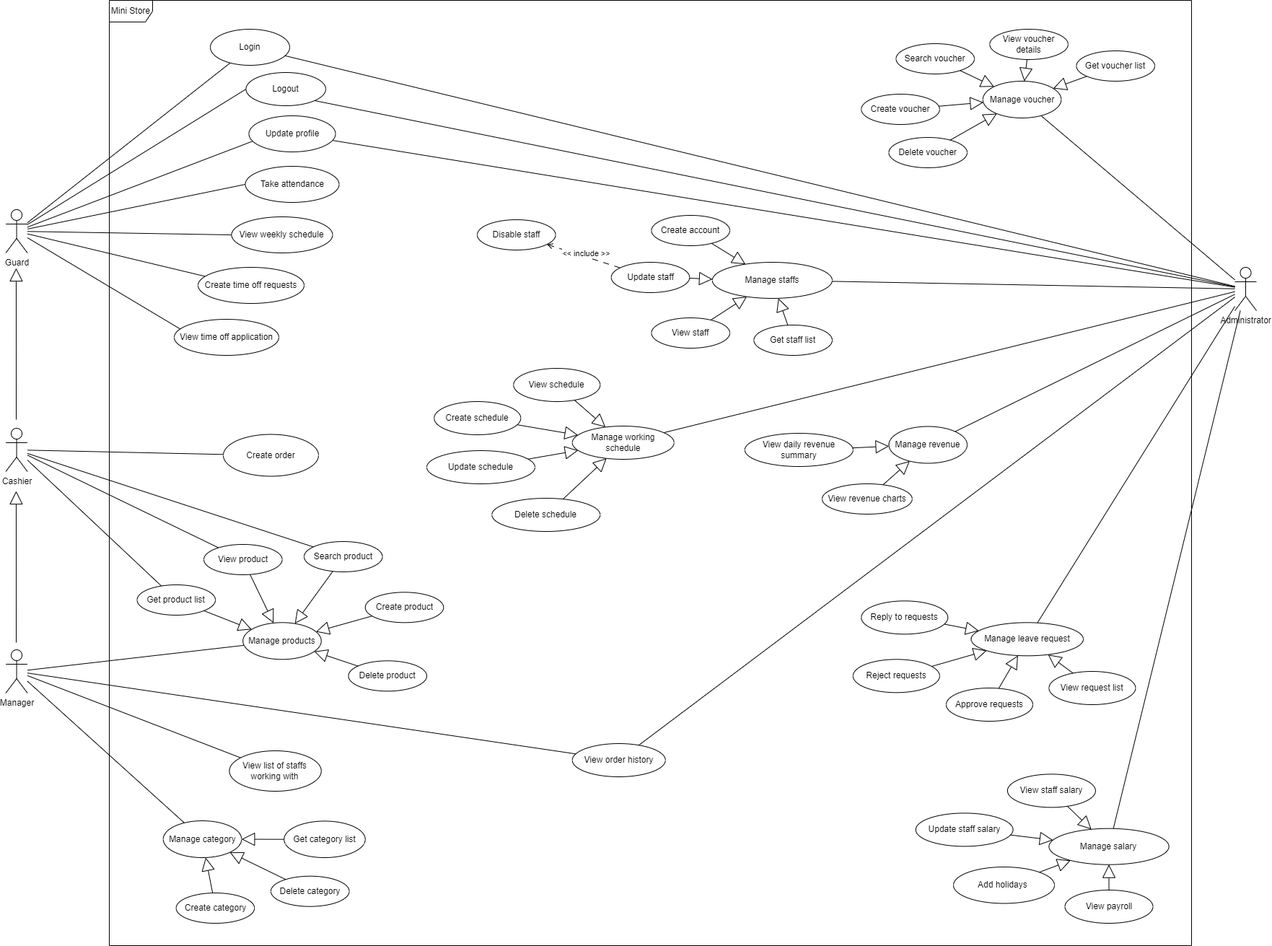
The draw.io diagram diagram/usecase.png in HieuNghia0000/SWP-Team-3, before a commit. Source tidied: cells renumbered, new cells last; positions are measured from the earlier drawing's top-left corner, leaving out a move shared by most shapes.
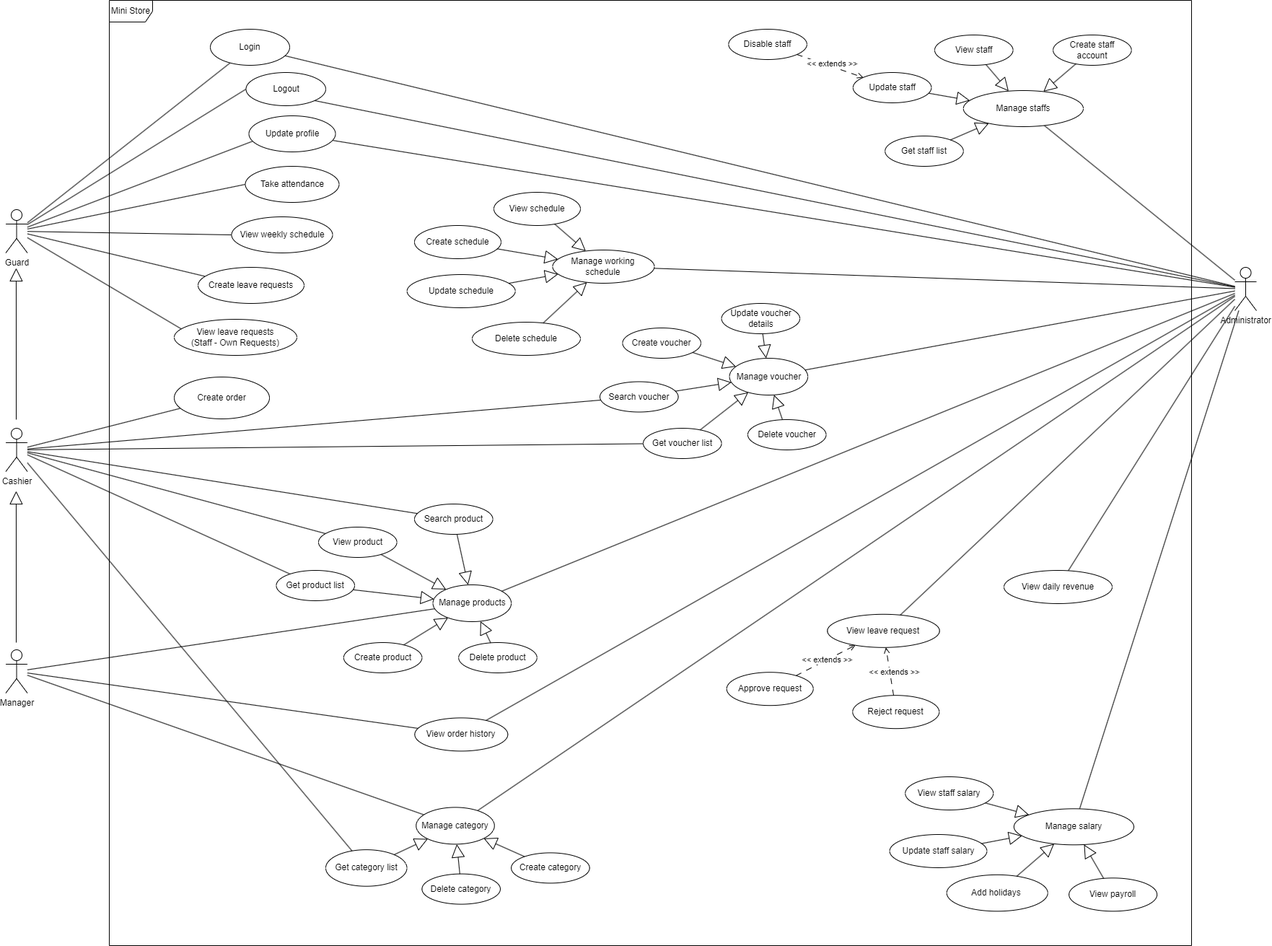
Above is the later version.

What changed in the source:
```diff
@@ -64,3 +64,3 @@
     </mxCell>
-    <mxCell id="22" value="Create time off requests" style="ellipse;whiteSpace=wrap;html=1;" parent="1" vertex="1">
+    <mxCell id="22" value="Create leave requests" style="ellipse;whiteSpace=wrap;html=1;" parent="1" vertex="1">
       <mxGeometry x="266" y="370" width="147" height="50" as="geometry" />
@@ -70,4 +70,4 @@
     </mxCell>
-    <mxCell id="24" value="View time off application" style="ellipse;whiteSpace=wrap;html=1;" parent="1" vertex="1">
-      <mxGeometry x="233" y="442" width="145" height="50" as="geometry" />
+    <mxCell id="24" value="View leave requests&lt;br&gt;(Staff - Own Requests)" style="ellipse;whiteSpace=wrap;html=1;" parent="1" vertex="1">
+      <mxGeometry x="233" y="442" width="170" height="50" as="geometry" />
     </mxCell>
@@ -77,6 +77,6 @@
     <mxCell id="26" value="Create order" style="ellipse;whiteSpace=wrap;html=1;" parent="1" vertex="1">
-      <mxGeometry x="301" y="601.5" width="132" height="58" as="geometry" />
+      <mxGeometry x="233" y="522" width="132" height="58" as="geometry" />
     </mxCell>
     <mxCell id="27" value="View order history" style="ellipse;whiteSpace=wrap;html=1;" parent="1" vertex="1">
-      <mxGeometry x="784.7" y="1030" width="129" height="46" as="geometry" />
+      <mxGeometry x="566.3" y="994.4" width="129" height="46" as="geometry" />
     </mxCell>
@@ -107,15 +107,18 @@
     <mxCell id="35" value="Manage products" style="ellipse;whiteSpace=wrap;html=1;" parent="1" vertex="1">
-      <mxGeometry x="328.2" y="862.3" width="108.6" height="51" as="geometry" />
+      <mxGeometry x="591.6" y="810" width="108.6" height="51" as="geometry" />
     </mxCell>
     <mxCell id="36" value="View product" style="ellipse;whiteSpace=wrap;html=1;" parent="1" vertex="1">
-      <mxGeometry x="274" y="754" width="108.6" height="42" as="geometry" />
+      <mxGeometry x="433" y="730" width="108.6" height="42" as="geometry" />
     </mxCell>
     <mxCell id="37" value="Create product" style="ellipse;whiteSpace=wrap;html=1;" parent="1" vertex="1">
-      <mxGeometry x="497.7" y="820.3" width="108.6" height="42" as="geometry" />
+      <mxGeometry x="467.8" y="890" width="108.6" height="42" as="geometry" />
     </mxCell>
     <mxCell id="38" value="Delete product" style="ellipse;whiteSpace=wrap;html=1;" parent="1" vertex="1">
-      <mxGeometry x="474.4" y="915.3" width="108.6" height="42" as="geometry" />
+      <mxGeometry x="627.2" y="890" width="108.6" height="42" as="geometry" />
     </mxCell>
+    <mxCell id="117" style="rounded=0;jettySize=auto;html=1;endArrow=none;endFill=0;" parent="1" edge="1" source="35" target="33">
+      <mxGeometry relative="1" as="geometry" />
+    </mxCell>
     <mxCell id="39" value="Search product" style="ellipse;whiteSpace=wrap;html=1;" parent="1" vertex="1">
-      <mxGeometry x="413" y="750" width="108.6" height="42" as="geometry" />
+      <mxGeometry x="566" y="698" width="108.6" height="42" as="geometry" />
     </mxCell>
@@ -134,3 +137,3 @@
     <mxCell id="44" value="Get product list" style="ellipse;whiteSpace=wrap;html=1;" parent="1" vertex="1">
-      <mxGeometry x="181.5" y="810" width="108.6" height="42" as="geometry" />
+      <mxGeometry x="374.4" y="790" width="108.6" height="42" as="geometry" />
     </mxCell>
@@ -139,20 +142,8 @@
     </mxCell>
-    <mxCell id="46" style="rounded=0;jettySize=auto;html=1;endArrow=none;endFill=0;" parent="1" edge="1" source="47" target="33">
+    <mxCell id="46" style="rounded=0;jettySize=auto;html=1;endArrow=none;endFill=0;" parent="1" edge="1" source="49" target="33">
       <mxGeometry relative="1" as="geometry" />
     </mxCell>
-    <mxCell id="47" value="Manage revenue" style="ellipse;whiteSpace=wrap;html=1;" parent="1" vertex="1">
-      <mxGeometry x="1223.4" y="590.5" width="108.6" height="51" as="geometry" />
-    </mxCell>
-    <mxCell id="48" value="View revenue charts" style="ellipse;whiteSpace=wrap;html=1;" parent="1" vertex="1">
-      <mxGeometry x="1131" y="670" width="124.8" height="42" as="geometry" />
-    </mxCell>
-    <mxCell id="49" value="View daily revenue summary" style="ellipse;whiteSpace=wrap;html=1;" parent="1" vertex="1">
-      <mxGeometry x="1023.8" y="600" width="150" height="46" as="geometry" />
+    <mxCell id="49" value="View daily revenue" style="ellipse;whiteSpace=wrap;html=1;" parent="1" vertex="1">
+      <mxGeometry x="1383" y="790" width="150" height="46" as="geometry" />
     </mxCell>
-    <mxCell id="50" style="endArrow=block;endSize=16;endFill=0;html=1;rounded=0;" parent="1" edge="1" source="49" target="47">
-      <mxGeometry relative="1" as="geometry" />
-    </mxCell>
-    <mxCell id="51" style="endArrow=block;endSize=16;endFill=0;html=1;rounded=0;" parent="1" edge="1" source="48" target="47">
-      <mxGeometry relative="1" as="geometry" />
-    </mxCell>
     <mxCell id="52" style="rounded=0;jettySize=auto;html=1;endArrow=none;endFill=0;" parent="1" edge="1" source="53" target="33">
@@ -161,15 +152,15 @@
     <mxCell id="53" value="Manage staffs" style="ellipse;whiteSpace=wrap;html=1;" parent="1" vertex="1">
-      <mxGeometry x="978.8" y="363" width="166.2" height="50" as="geometry" />
+      <mxGeometry x="1326.8" y="125" width="166.2" height="50" as="geometry" />
     </mxCell>
-    <mxCell id="54" value="Create account" style="ellipse;whiteSpace=wrap;html=1;" parent="1" vertex="1">
-      <mxGeometry x="894.4" y="298" width="108.6" height="42" as="geometry" />
+    <mxCell id="54" value="Create staff account" style="ellipse;whiteSpace=wrap;html=1;" parent="1" vertex="1">
+      <mxGeometry x="1451.1" y="48" width="108.6" height="42" as="geometry" />
     </mxCell>
     <mxCell id="55" value="View staff" style="ellipse;whiteSpace=wrap;html=1;" parent="1" vertex="1">
-      <mxGeometry x="894.4" y="440" width="108.6" height="42" as="geometry" />
+      <mxGeometry x="1287" y="48" width="108.6" height="42" as="geometry" />
     </mxCell>
     <mxCell id="56" value="Update staff" style="ellipse;whiteSpace=wrap;html=1;" parent="1" vertex="1">
-      <mxGeometry x="838.7" y="363" width="108.6" height="42" as="geometry" />
+      <mxGeometry x="1173.8" y="100" width="108.6" height="42" as="geometry" />
     </mxCell>
     <mxCell id="57" value="Get staff list" style="ellipse;whiteSpace=wrap;html=1;" parent="1" vertex="1">
-      <mxGeometry x="1036.4" y="450" width="108.6" height="42" as="geometry" />
+      <mxGeometry x="1218.2" y="188" width="108.6" height="42" as="geometry" />
     </mxCell>
@@ -188,3 +179,3 @@
     <mxCell id="62" value="Update schedule" style="ellipse;whiteSpace=wrap;html=1;" parent="1" vertex="1">
-      <mxGeometry x="583" y="624" width="150" height="46" as="geometry" />
+      <mxGeometry x="555.7" y="380" width="150" height="46" as="geometry" />
     </mxCell>
@@ -197,9 +188,9 @@
     <mxCell id="65" value="Manage working schedule" style="ellipse;whiteSpace=wrap;html=1;" parent="1" vertex="1">
-      <mxGeometry x="784.7" y="590" width="141" height="46" as="geometry" />
+      <mxGeometry x="757.4" y="346" width="141" height="46" as="geometry" />
     </mxCell>
     <mxCell id="66" value="Create schedule" style="ellipse;whiteSpace=wrap;html=1;" parent="1" vertex="1">
-      <mxGeometry x="593.3" y="556" width="120" height="46" as="geometry" />
+      <mxGeometry x="566" y="312" width="120" height="46" as="geometry" />
     </mxCell>
     <mxCell id="67" value="View schedule" style="ellipse;whiteSpace=wrap;html=1;" parent="1" vertex="1">
-      <mxGeometry x="703.3" y="510" width="120" height="46" as="geometry" />
+      <mxGeometry x="676" y="266" width="120" height="46" as="geometry" />
     </mxCell>
@@ -212,3 +203,3 @@
     <mxCell id="70" value="Delete schedule" style="ellipse;whiteSpace=wrap;html=1;" parent="1" vertex="1">
-      <mxGeometry x="673.3" y="690" width="150" height="46" as="geometry" />
+      <mxGeometry x="646" y="446" width="150" height="46" as="geometry" />
     </mxCell>
@@ -217,23 +208,8 @@
     </mxCell>
-    <mxCell id="72" value="Manage leave request" style="ellipse;whiteSpace=wrap;html=1;" parent="1" vertex="1">
-      <mxGeometry x="1337.6" y="862.3" width="155.4" height="46" as="geometry" />
+    <mxCell id="72" value="View leave request" style="ellipse;whiteSpace=wrap;html=1;" parent="1" vertex="1">
+      <mxGeometry x="1138.3" y="850.8" width="155.4" height="46" as="geometry" />
     </mxCell>
-    <mxCell id="73" value="View request list" style="ellipse;whiteSpace=wrap;html=1;" parent="1" vertex="1">
-      <mxGeometry x="1445.4" y="930" width="120" height="46" as="geometry" />
-    </mxCell>
-    <mxCell id="74" value="Approve requests" style="ellipse;whiteSpace=wrap;html=1;" parent="1" vertex="1">
-      <mxGeometry x="1303" y="953" width="120" height="46" as="geometry" />
+    <mxCell id="74" value="Approve request" style="ellipse;whiteSpace=wrap;html=1;" parent="1" vertex="1">
+      <mxGeometry x="998.7" y="931.2" width="120" height="46" as="geometry" />
     </mxCell>
-    <mxCell id="75" value="Reject requests" style="ellipse;whiteSpace=wrap;html=1;" parent="1" vertex="1">
-      <mxGeometry x="1173.8" y="913.3" width="120" height="46" as="geometry" />
-    </mxCell>
-    <mxCell id="76" style="endArrow=block;endSize=16;endFill=0;html=1;rounded=0;" parent="1" edge="1" source="75" target="72">
-      <mxGeometry relative="1" as="geometry" />
-    </mxCell>
-    <mxCell id="77" style="endArrow=block;endSize=16;endFill=0;html=1;rounded=0;" parent="1" edge="1" source="74" target="72">
-      <mxGeometry relative="1" as="geometry" />
-    </mxCell>
-    <mxCell id="78" style="endArrow=block;endSize=16;endFill=0;html=1;rounded=0;" parent="1" edge="1" source="73" target="72">
-      <mxGeometry relative="1" as="geometry" />
-    </mxCell>
     <mxCell id="79" style="rounded=0;jettySize=auto;html=1;endArrow=none;endFill=0;" parent="1" edge="1" source="80" target="33">
@@ -242,15 +218,15 @@
     <mxCell id="80" value="Manage salary" style="ellipse;whiteSpace=wrap;html=1;" parent="1" vertex="1">
-      <mxGeometry x="1445.4" y="1147.7" width="166.2" height="50" as="geometry" />
+      <mxGeometry x="1396.8" y="1120.3" width="166.2" height="50" as="geometry" />
     </mxCell>
     <mxCell id="81" value="View staff salary" style="ellipse;whiteSpace=wrap;html=1;" parent="1" vertex="1">
-      <mxGeometry x="1387.9" y="1072.4" width="122" height="46" as="geometry" />
+      <mxGeometry x="1246.2" y="1076" width="122" height="46" as="geometry" />
     </mxCell>
     <mxCell id="82" value="Add holidays&amp;nbsp;" style="ellipse;whiteSpace=wrap;html=1;" parent="1" vertex="1">
-      <mxGeometry x="1313" y="1201" width="140" height="50.5" as="geometry" />
+      <mxGeometry x="1303.7" y="1211.8" width="140" height="50.5" as="geometry" />
     </mxCell>
     <mxCell id="83" value="Update staff salary" style="ellipse;whiteSpace=wrap;html=1;" parent="1" vertex="1">
-      <mxGeometry x="1260.8" y="1126.4" width="134.8" height="46" as="geometry" />
+      <mxGeometry x="1224.6" y="1156" width="134.8" height="46" as="geometry" />
     </mxCell>
     <mxCell id="84" value="View payroll" style="ellipse;whiteSpace=wrap;html=1;" parent="1" vertex="1">
-      <mxGeometry x="1467.5" y="1233" width="122" height="46" as="geometry" />
+      <mxGeometry x="1473.2" y="1216.3" width="122" height="46" as="geometry" />
     </mxCell>
@@ -278,15 +254,18 @@
     <mxCell id="91" value="Manage voucher" style="ellipse;whiteSpace=wrap;html=1;" parent="1" vertex="1">
-      <mxGeometry x="1353.8" y="112" width="108.6" height="51" as="geometry" />
+      <mxGeometry x="1002.6" y="496" width="108.6" height="51" as="geometry" />
     </mxCell>
-    <mxCell id="92" value="View voucher details" style="ellipse;whiteSpace=wrap;html=1;" parent="1" vertex="1">
-      <mxGeometry x="1363.3" y="40" width="108.6" height="42" as="geometry" />
+    <mxCell id="92" value="Update voucher details" style="ellipse;whiteSpace=wrap;html=1;" parent="1" vertex="1">
+      <mxGeometry x="991.6" y="420" width="108.6" height="42" as="geometry" />
     </mxCell>
     <mxCell id="93" value="Create voucher" style="ellipse;whiteSpace=wrap;html=1;" parent="1" vertex="1">
-      <mxGeometry x="1185.3" y="130" width="108.6" height="42" as="geometry" />
+      <mxGeometry x="854.4" y="454" width="108.6" height="42" as="geometry" />
     </mxCell>
     <mxCell id="94" value="Delete voucher" style="ellipse;whiteSpace=wrap;html=1;" parent="1" vertex="1">
-      <mxGeometry x="1223.4" y="190" width="108.6" height="42" as="geometry" />
+      <mxGeometry x="1027.9" y="581" width="108.6" height="42" as="geometry" />
     </mxCell>
+    <mxCell id="118" style="rounded=0;jettySize=auto;html=1;endArrow=none;endFill=0;" parent="1" edge="1" source="95" target="88">
+      <mxGeometry relative="1" as="geometry" />
+    </mxCell>
     <mxCell id="95" value="Search voucher" style="ellipse;whiteSpace=wrap;html=1;" parent="1" vertex="1">
-      <mxGeometry x="1233.4" y="60" width="108.6" height="42" as="geometry" />
+      <mxGeometry x="823" y="528.5" width="108.6" height="42" as="geometry" />
     </mxCell>
@@ -304,4 +283,7 @@
     </mxCell>
+    <mxCell id="119" style="rounded=0;jettySize=auto;html=1;endArrow=none;endFill=0;" parent="1" edge="1" source="100" target="88">
+      <mxGeometry relative="1" as="geometry" />
+    </mxCell>
     <mxCell id="100" value="Get voucher list" style="ellipse;whiteSpace=wrap;html=1;" parent="1" vertex="1">
-      <mxGeometry x="1483.4" y="70" width="108.6" height="42" as="geometry" />
+      <mxGeometry x="883" y="593" width="108.6" height="42" as="geometry" />
     </mxCell>
@@ -310,10 +292,13 @@
     </mxCell>
+    <mxCell id="120" style="rounded=0;jettySize=auto;html=1;endArrow=none;endFill=0;" parent="1" edge="1" source="102" target="33">
+      <mxGeometry relative="1" as="geometry" />
+    </mxCell>
     <mxCell id="102" value="Manage category" style="ellipse;whiteSpace=wrap;html=1;" parent="1" vertex="1">
-      <mxGeometry x="217.7" y="1137" width="108.6" height="51" as="geometry" />
+      <mxGeometry x="568.2" y="1118.4" width="108.6" height="51" as="geometry" />
     </mxCell>
     <mxCell id="103" value="Create category" style="ellipse;whiteSpace=wrap;html=1;" parent="1" vertex="1">
-      <mxGeometry x="235.6" y="1237" width="108.6" height="42" as="geometry" />
+      <mxGeometry x="700.1" y="1181.4" width="108.6" height="42" as="geometry" />
     </mxCell>
     <mxCell id="104" value="Delete category" style="ellipse;whiteSpace=wrap;html=1;" parent="1" vertex="1">
-      <mxGeometry x="367" y="1213.7" width="108.6" height="42" as="geometry" />
+      <mxGeometry x="576.4" y="1210.6" width="108.6" height="42" as="geometry" />
     </mxCell>
@@ -325,4 +310,7 @@
     </mxCell>
+    <mxCell id="121" style="rounded=0;jettySize=auto;html=1;endArrow=none;endFill=0;" parent="1" edge="1" source="107" target="88">
+      <mxGeometry relative="1" as="geometry" />
+    </mxCell>
     <mxCell id="107" value="Get category list" style="ellipse;whiteSpace=wrap;html=1;" parent="1" vertex="1">
-      <mxGeometry x="385.2" y="1137.4" width="112.5" height="50.6" as="geometry" />
+      <mxGeometry x="443" y="1177.1" width="112.5" height="50.6" as="geometry" />
     </mxCell>
@@ -334,21 +322,9 @@
     </mxCell>
-    <mxCell id="110" value="Reply to requests" style="ellipse;whiteSpace=wrap;html=1;" parent="1" vertex="1">
-      <mxGeometry x="1185.3" y="832.3" width="120" height="46" as="geometry" />
-    </mxCell>
-    <mxCell id="111" style="endArrow=block;endSize=16;endFill=0;html=1;rounded=0;" parent="1" edge="1" source="110" target="72">
-      <mxGeometry relative="1" as="geometry" />
-    </mxCell>
-    <mxCell id="112" style="rounded=0;jettySize=auto;html=1;endArrow=none;endFill=0;" parent="1" edge="1" source="113" target="9">
-      <mxGeometry relative="1" as="geometry" />
-    </mxCell>
-    <mxCell id="113" value="View list of staffs working with" style="ellipse;whiteSpace=wrap;html=1;" parent="1" vertex="1">
-      <mxGeometry x="309.4" y="1040" width="127.3" height="56" as="geometry" />
-    </mxCell>
     <mxCell id="114" value="Disable staff" style="ellipse;whiteSpace=wrap;html=1;" parent="1" vertex="1">
-      <mxGeometry x="653" y="304" width="108.6" height="42" as="geometry" />
+      <mxGeometry x="1001.3" y="40" width="108.6" height="42" as="geometry" />
     </mxCell>
-    <mxCell id="115" style="rounded=0;jettySize=auto;html=1;endArrow=none;endFill=0;startArrow=open;startFill=0;dashed=1;dashPattern=8 8;" parent="1" edge="1" source="114" target="56">
+    <mxCell id="115" style="rounded=0;jettySize=auto;html=1;endArrow=open;endFill=0;startArrow=none;startFill=0;dashed=1;dashPattern=8 8;" parent="1" edge="1" source="114" target="56">
       <mxGeometry relative="1" as="geometry" />
     </mxCell>
-    <mxCell id="116" value="&amp;lt;&amp;lt; include &amp;gt;&amp;gt;" style="edgeLabel;html=1;align=center;verticalAlign=middle;" parent="115" vertex="1">
+    <mxCell id="116" value="&amp;lt;&amp;lt; extends &amp;gt;&amp;gt;" style="edgeLabel;html=1;align=center;verticalAlign=middle;" parent="115" vertex="1">
       <mxGeometry x="0.3" relative="1" as="geometry">
@@ -357,2 +333,21 @@
     </mxCell>
+    <mxCell id="77" style="rounded=0;jettySize=auto;html=1;endArrow=open;endFill=0;startArrow=none;startFill=0;dashed=1;dashPattern=8 8;" parent="1" edge="1" source="74" target="72">
+      <mxGeometry relative="1" as="geometry" />
+    </mxCell>
+    <mxCell id="122" value="&amp;lt;&amp;lt; extends &amp;gt;&amp;gt;" style="edgeLabel;html=1;align=center;verticalAlign=middle;" parent="77" vertex="1">
+      <mxGeometry x="0.3" relative="1" as="geometry">
+        <mxPoint x="-11" y="5" as="offset" />
+      </mxGeometry>
+    </mxCell>
+    <mxCell id="123" value="Reject request" style="ellipse;whiteSpace=wrap;html=1;" parent="1" vertex="1">
+      <mxGeometry x="1173.3" y="963.2" width="120" height="46" as="geometry" />
+    </mxCell>
+    <mxCell id="124" style="rounded=0;jettySize=auto;html=1;endArrow=open;endFill=0;startArrow=none;startFill=0;dashed=1;dashPattern=8 8;" parent="1" edge="1" source="123" target="72">
+      <mxGeometry relative="1" as="geometry" />
+    </mxCell>
+    <mxCell id="125" value="&amp;lt;&amp;lt; extends &amp;gt;&amp;gt;" style="edgeLabel;html=1;align=center;verticalAlign=middle;" parent="124" vertex="1">
+      <mxGeometry x="0.3" relative="1" as="geometry">
+        <mxPoint x="7" y="10" as="offset" />
+      </mxGeometry>
+    </mxCell>
   </root>
```
